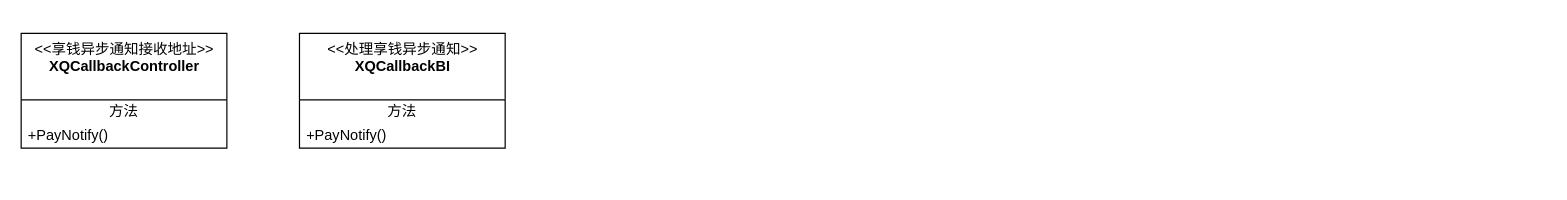
This is Kemai/享钱支付通知类图.drawio from noobwu/diagrams, a draw.io file, before an edit. Source tidied: cells renumbered, new cells numbered last; positions are measured from the earlier drawing's top-left corner, leaving out a move shared by most shapes. Both pictures are drawn from the tidied source at 121%, with x=0, y=0 at pixel (21, 33).
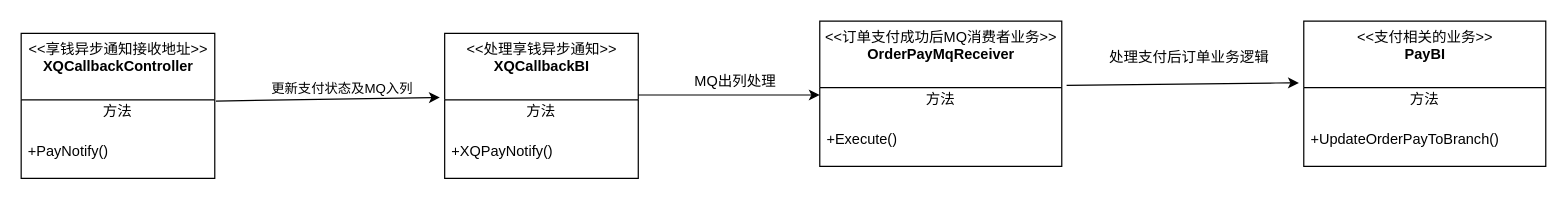
The same page after the edit.

Commit message (it also covers changes not shown here):
更新享钱支付通知类图.drawio

The edit, as a diff of the source:
```diff
@@
     <mxCell id="2" value="&amp;lt;&amp;lt;享钱异步通知接收地址&amp;gt;&amp;gt;&lt;br&gt;&lt;b&gt;XQCallbackController&lt;/b&gt;" style="swimlane;fontStyle=0;align=center;verticalAlign=top;horizontal=1;startSize=55;html=1;" parent="1" vertex="1">
-      <mxGeometry width="170" height="95" as="geometry" />
+      <mxGeometry width="160" height="120" as="geometry" />
     </mxCell>
     <mxCell id="3" value="方法" style="text;html=1;strokeColor=none;fillColor=none;align=center;verticalAlign=middle;spacingLeft=4;spacingRight=4;overflow=hidden;points=[[0,0.5],[1,0.5]];portConstraint=eastwest;" parent="2" vertex="1">
-      <mxGeometry y="55" width="170" height="20" as="geometry" />
+      <mxGeometry y="55" width="160" height="20" as="geometry" />
     </mxCell>
     <mxCell id="4" value="+PayNotify()" style="text;html=1;strokeColor=none;fillColor=none;align=left;verticalAlign=middle;spacingLeft=4;spacingRight=4;overflow=hidden;" parent="2" vertex="1">
-      <mxGeometry y="75" width="170" height="20" as="geometry" />
+      <mxGeometry y="75" width="160" height="45" as="geometry" />
     </mxCell>
     <mxCell id="5" value="&amp;lt;&amp;lt;处理享钱异步通知&amp;gt;&amp;gt;&lt;br&gt;&lt;b&gt;XQCallbackBI&lt;/b&gt;" style="swimlane;fontStyle=0;align=center;verticalAlign=top;horizontal=1;startSize=55;html=1;" parent="1" vertex="1">
-      <mxGeometry x="230" width="170" height="95" as="geometry" />
+      <mxGeometry x="350" width="160" height="120" as="geometry" />
     </mxCell>
     <mxCell id="6" value="方法" style="text;html=1;strokeColor=none;fillColor=none;align=center;verticalAlign=middle;spacingLeft=4;spacingRight=4;overflow=hidden;points=[[0,0.5],[1,0.5]];portConstraint=eastwest;" parent="5" vertex="1">
-      <mxGeometry y="55" width="170" height="20" as="geometry" />
+      <mxGeometry y="55" width="160" height="20" as="geometry" />
     </mxCell>
-    <mxCell id="7" value="+PayNotify()" style="text;html=1;strokeColor=none;fillColor=none;align=left;verticalAlign=middle;spacingLeft=4;spacingRight=4;overflow=hidden;" parent="5" vertex="1">
-      <mxGeometry y="75" width="170" height="20" as="geometry" />
+    <mxCell id="7" value="+XQPayNotify()" style="text;html=1;strokeColor=none;fillColor=none;align=left;verticalAlign=middle;spacingLeft=4;spacingRight=4;overflow=hidden;" parent="5" vertex="1">
+      <mxGeometry y="75" width="160" height="45" as="geometry" />
     </mxCell>
+    <mxCell id="8" value="&amp;lt;&amp;lt;订单支付成功后MQ消费者业务&amp;gt;&amp;gt;&lt;br&gt;&lt;b&gt;OrderPayMqReceiver&lt;/b&gt;" style="swimlane;fontStyle=0;align=center;verticalAlign=top;horizontal=1;startSize=55;html=1;" parent="1" vertex="1">
+      <mxGeometry x="660" y="-10" width="200" height="120" as="geometry" />
+    </mxCell>
+    <mxCell id="9" value="方法" style="text;html=1;strokeColor=none;fillColor=none;align=center;verticalAlign=middle;spacingLeft=4;spacingRight=4;overflow=hidden;points=[[0,0.5],[1,0.5]];portConstraint=eastwest;" parent="8" vertex="1">
+      <mxGeometry y="55" width="200" height="20" as="geometry" />
+    </mxCell>
+    <mxCell id="10" value="+Execute()" style="text;html=1;strokeColor=none;fillColor=none;align=left;verticalAlign=middle;spacingLeft=4;spacingRight=4;overflow=hidden;" parent="8" vertex="1">
+      <mxGeometry y="75" width="200" height="45" as="geometry" />
+    </mxCell>
+    <mxCell id="11" value="&amp;lt;&amp;lt;支付相关的业务&amp;gt;&amp;gt;&lt;br&gt;&lt;b&gt;PayBI&lt;/b&gt;" style="swimlane;fontStyle=0;align=center;verticalAlign=top;horizontal=1;startSize=55;html=1;" parent="1" vertex="1">
+      <mxGeometry x="1060" y="-10" width="200" height="120" as="geometry" />
+    </mxCell>
+    <mxCell id="12" value="方法" style="text;html=1;strokeColor=none;fillColor=none;align=center;verticalAlign=middle;spacingLeft=4;spacingRight=4;overflow=hidden;" parent="11" vertex="1">
+      <mxGeometry y="55" width="200" height="20" as="geometry" />
+    </mxCell>
+    <mxCell id="13" value="+UpdateOrderPayToBranch()" style="text;html=1;strokeColor=none;fillColor=none;align=left;verticalAlign=middle;spacingLeft=4;spacingRight=4;overflow=hidden;" parent="11" vertex="1">
+      <mxGeometry y="75" width="200" height="45" as="geometry" />
+    </mxCell>
+    <mxCell id="14" style="endArrow=classic;html=1;exitX=1.006;exitY=0.05;exitDx=0;exitDy=0;exitPerimeter=0;entryX=-0.025;entryY=-0.1;entryDx=0;entryDy=0;entryPerimeter=0;" parent="1" edge="1" source="3" target="6">
+      <mxGeometry relative="1" as="geometry" />
+    </mxCell>
+    <mxCell id="15" value="更新支付状态及MQ入列" style="edgeLabel;html=1;align=center;verticalAlign=middle;" parent="14" vertex="1">
+      <mxGeometry x="-0.22" y="1" relative="1" as="geometry">
+        <mxPoint x="32" y="-8.8" as="offset" />
+      </mxGeometry>
+    </mxCell>
+    <mxCell id="16" style="endArrow=classic;html=1;exitX=1;exitY=-0.2;exitDx=0;exitDy=0;exitPerimeter=0;" parent="1" edge="1" source="6">
+      <mxGeometry relative="1" as="geometry">
+        <mxPoint x="660" y="51" as="targetPoint" />
+      </mxGeometry>
+    </mxCell>
+    <mxCell id="17" style="endArrow=classic;html=1;exitX=1.02;exitY=-0.1;exitDx=0;exitDy=0;exitPerimeter=0;entryX=-0.02;entryY=0.425;entryDx=0;entryDy=0;entryPerimeter=0;" parent="1" edge="1" source="9" target="11">
+      <mxGeometry relative="1" as="geometry">
+        <Array as="points">
+          <mxPoint x="1047" y="41" />
+        </Array>
+      </mxGeometry>
+    </mxCell>
+    <mxCell id="18" value="MQ出列处理" style="text;html=1;align=center;verticalAlign=middle;" parent="1" vertex="1">
+      <mxGeometry x="550" y="30" width="80" height="20" as="geometry" />
+    </mxCell>
+    <mxCell id="19" value="处理支付后订单业务逻辑" style="text;html=1;align=center;verticalAlign=middle;" parent="1" vertex="1">
+      <mxGeometry x="890" y="10" width="150" height="20" as="geometry" />
+    </mxCell>
```
